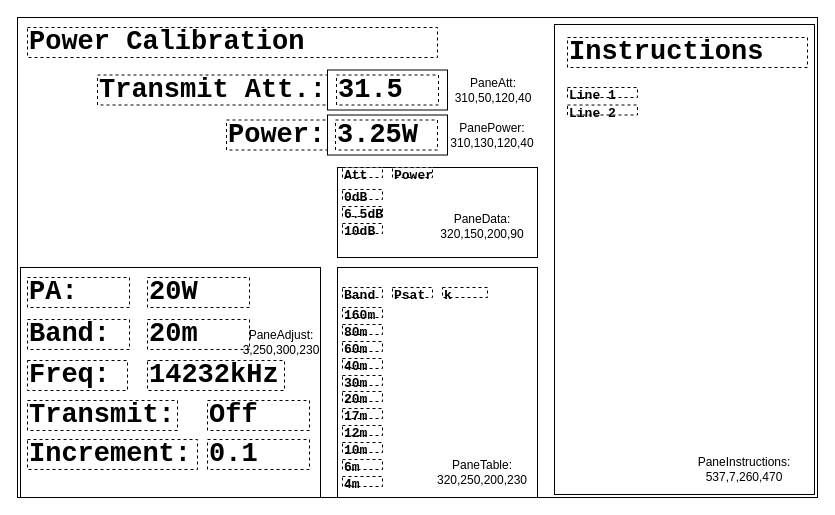
Above: page "Power Cal" (5 of 7) of code/docs/window_panes.drawio in KI3P/Phoenix (draw.io), before the change. Source tidied: cells renumbered, new cells numbered last; positions are measured from the earlier drawing's top-left corner, leaving out a move shared by most shapes. Both pictures are drawn from the tidied source at 100%, with x=0, y=0 at pixel (17, 17).
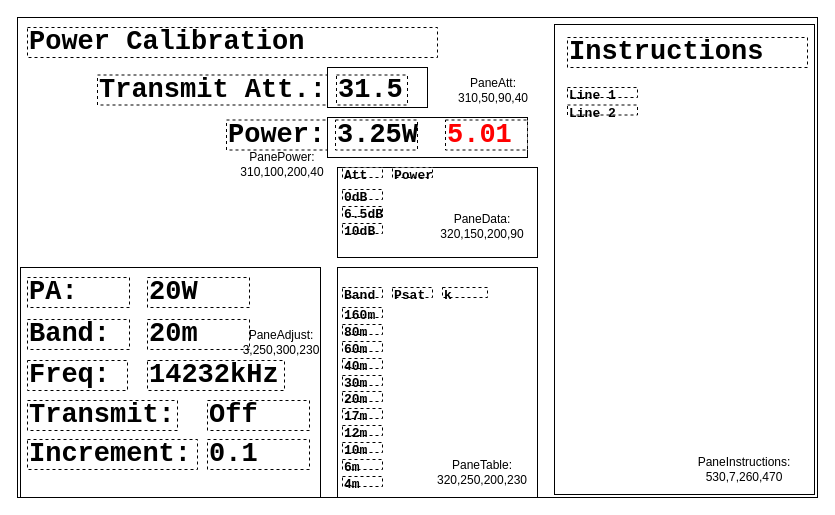
Above is the later version.

Diff of the diagram source:
```diff
@@
-    <mxCell id="29" value="PaneInstructions: 537,7,260,470" style="text;html=1;whiteSpace=wrap;strokeColor=none;fillColor=none;align=center;verticalAlign=middle;rounded=0;" parent="1" vertex="1">
+    <mxCell id="29" value="PaneInstructions: 530,7,260,470" style="text;html=1;whiteSpace=wrap;strokeColor=none;fillColor=none;align=center;verticalAlign=middle;rounded=0;" parent="1" vertex="1">
       <mxGeometry x="657" y="427" width="140" height="50" as="geometry" />
     </mxCell>
@@
     <mxCell id="33" style="rounded=0;whiteSpace=wrap;html=1;" parent="1" vertex="1">
-      <mxGeometry x="310" y="52.5" width="120" height="40" as="geometry" />
+      <mxGeometry x="310" y="50" width="100" height="40" as="geometry" />
     </mxCell>
     <mxCell id="34" value="31.5" style="rounded=0;whiteSpace=wrap;html=1;fontFamily=Courier New;fontSize=27;fontStyle=1;align=left;dashed=1;" parent="1" vertex="1">
-      <mxGeometry x="319" y="57.5" width="102" height="30" as="geometry" />
+      <mxGeometry x="319" y="57.5" width="71" height="30" as="geometry" />
     </mxCell>
-    <mxCell id="35" value="PaneAtt: 310,50,120,40" style="text;html=1;whiteSpace=wrap;strokeColor=none;fillColor=none;align=center;verticalAlign=middle;rounded=0;" parent="1" vertex="1">
+    <mxCell id="35" value="PaneAtt: 310,50,90,40" style="text;html=1;whiteSpace=wrap;strokeColor=none;fillColor=none;align=center;verticalAlign=middle;rounded=0;" parent="1" vertex="1">
       <mxGeometry x="421" y="47.5" width="110" height="50" as="geometry" />
     </mxCell>
@@
     <mxCell id="37" style="rounded=0;whiteSpace=wrap;html=1;" parent="1" vertex="1">
-      <mxGeometry x="310" y="97.5" width="120" height="40" as="geometry" />
+      <mxGeometry x="310" y="100" width="200" height="40" as="geometry" />
     </mxCell>
@@
-    <mxCell id="39" value="PanePower: 310,130,120,40" style="text;html=1;whiteSpace=wrap;strokeColor=none;fillColor=none;align=center;verticalAlign=middle;rounded=0;" parent="1" vertex="1">
-      <mxGeometry x="420" y="92.5" width="110" height="50" as="geometry" />
+    <mxCell id="39" value="PanePower: 310,100,2&lt;span style=&quot;background-color: transparent; color: light-dark(rgb(0, 0, 0), rgb(255, 255, 255));&quot;&gt;00,40&lt;/span&gt;" style="text;html=1;whiteSpace=wrap;strokeColor=none;fillColor=none;align=center;verticalAlign=middle;rounded=0;" parent="1" vertex="1">
+      <mxGeometry x="210" y="122" width="110" height="50" as="geometry" />
     </mxCell>
@@
     <mxCell id="49" value="3.25W" style="rounded=0;whiteSpace=wrap;html=1;fontFamily=Courier New;fontSize=27;fontStyle=1;align=left;dashed=1;" parent="1" vertex="1">
-      <mxGeometry x="318" y="102.5" width="102" height="30" as="geometry" />
+      <mxGeometry x="318" y="102.5" width="82" height="30" as="geometry" />
     </mxCell>
@@
+    <mxCell id="52" value="5.01" style="rounded=0;whiteSpace=wrap;html=1;fontFamily=Courier New;fontSize=27;fontStyle=1;align=left;dashed=1;fontColor=#FF0000;" parent="1" vertex="1">
+      <mxGeometry x="428" y="102.5" width="82" height="30" as="geometry" />
+    </mxCell>
```
